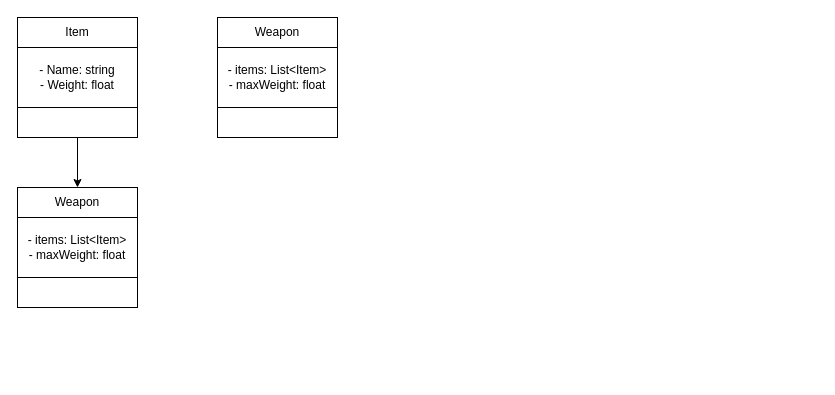
Before: tabell.drawio in te22c-abdulleiid-amira/Projekt-1---Vinterprojektet, a draw.io diagram. Source tidied: cells renumbered, new cells numbered last; positions are measured from the earlier drawing's top-left corner, leaving out a move shared by most shapes. Both pictures are drawn from the tidied source at 100%, with x=0, y=0 at pixel (17, 17).
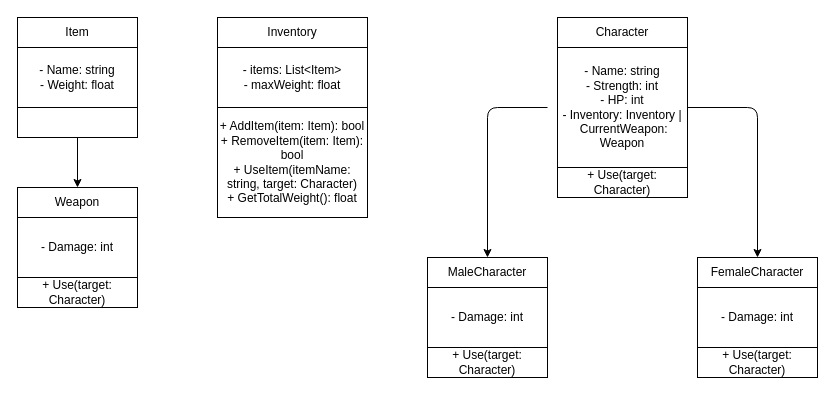
The same page after the edit.

What changed in the source:
```diff
@@
-    <mxCell id="7" style="rounded=0;whiteSpace=wrap;html=1;" parent="1" vertex="1">
+    <mxCell id="7" value="+ Use(target: &lt;span class=&quot;hljs-type&quot;&gt;Character&lt;/span&gt;)" style="rounded=0;whiteSpace=wrap;html=1;" parent="1" vertex="1">
       <mxGeometry y="260" width="120" height="30" as="geometry" />
     </mxCell>
-    <mxCell id="8" value="- items: List&amp;lt;Item&amp;gt; &lt;br&gt;- maxWeight: &lt;span class=&quot;hljs-type&quot;&gt;float&lt;/span&gt;" style="rounded=0;whiteSpace=wrap;html=1;" parent="1" vertex="1">
+    <mxCell id="8" value="- Damage: &lt;span class=&quot;hljs-type&quot;&gt;int&lt;/span&gt;" style="rounded=0;whiteSpace=wrap;html=1;" parent="1" vertex="1">
       <mxGeometry y="200" width="120" height="60" as="geometry" />
     </mxCell>
-    <mxCell id="9" value="Weapon" style="rounded=0;whiteSpace=wrap;html=1;" parent="1" vertex="1">
-      <mxGeometry x="200" width="120" height="30" as="geometry" />
+    <mxCell id="9" value="Inventory" style="rounded=0;whiteSpace=wrap;html=1;" parent="1" vertex="1">
+      <mxGeometry x="200" width="150" height="30" as="geometry" />
     </mxCell>
-    <mxCell id="10" style="rounded=0;whiteSpace=wrap;html=1;" parent="1" vertex="1">
-      <mxGeometry x="200" y="90" width="120" height="30" as="geometry" />
+    <mxCell id="10" value="+ AddItem(item: Item): &lt;span class=&quot;hljs-type&quot;&gt;bool&lt;br&gt;&lt;/span&gt;+ RemoveItem(item: Item): &lt;span class=&quot;hljs-type&quot;&gt;bool&lt;/span&gt; &lt;br&gt;+ UseItem(itemName: string, target: &lt;span class=&quot;hljs-type&quot;&gt;Character&lt;/span&gt;) &lt;br&gt;+ GetTotalWeight(): &lt;span class=&quot;hljs-type&quot;&gt;float&lt;/span&gt;" style="rounded=0;whiteSpace=wrap;html=1;" parent="1" vertex="1">
+      <mxGeometry x="200" y="90" width="150" height="110" as="geometry" />
     </mxCell>
     <mxCell id="11" value="- items: List&amp;lt;Item&amp;gt; &lt;br&gt;- maxWeight: &lt;span class=&quot;hljs-type&quot;&gt;float&lt;/span&gt;" style="rounded=0;whiteSpace=wrap;html=1;" parent="1" vertex="1">
-      <mxGeometry x="200" y="30" width="120" height="60" as="geometry" />
+      <mxGeometry x="200" y="30" width="150" height="60" as="geometry" />
     </mxCell>
+    <mxCell id="12" value="Character" style="rounded=0;whiteSpace=wrap;html=1;" parent="1" vertex="1">
+      <mxGeometry x="540" width="130" height="30" as="geometry" />
+    </mxCell>
+    <mxCell id="13" value="+ Use(target: &lt;span class=&quot;hljs-type&quot;&gt;Character&lt;/span&gt;)" style="rounded=0;whiteSpace=wrap;html=1;" parent="1" vertex="1">
+      <mxGeometry x="540" y="150" width="130" height="30" as="geometry" />
+    </mxCell>
+    <mxCell id="14" style="edgeStyle=none;html=1;entryX=0.5;entryY=0;entryDx=0;entryDy=0;" parent="1" edge="1" target="17">
+      <mxGeometry relative="1" as="geometry">
+        <mxPoint x="530" y="90" as="sourcePoint" />
+        <Array as="points">
+          <mxPoint x="470" y="90" />
+        </Array>
+      </mxGeometry>
+    </mxCell>
+    <mxCell id="15" style="edgeStyle=none;html=1;entryX=0.5;entryY=0;entryDx=0;entryDy=0;" parent="1" edge="1" source="16" target="20">
+      <mxGeometry relative="1" as="geometry">
+        <Array as="points">
+          <mxPoint x="740" y="90" />
+        </Array>
+      </mxGeometry>
+    </mxCell>
+    <mxCell id="16" value="- &lt;span class=&quot;hljs-type&quot;&gt;Name&lt;/span&gt;: string&lt;br&gt;- Strength: &lt;span class=&quot;hljs-type&quot;&gt;int&lt;/span&gt; &lt;br&gt;- HP: &lt;span class=&quot;hljs-type&quot;&gt;int&lt;/span&gt; &lt;br&gt;- Inventory: Inventory |&amp;nbsp;CurrentWeapon: Weapon" style="rounded=0;whiteSpace=wrap;html=1;" parent="1" vertex="1">
+      <mxGeometry x="540" y="30" width="130" height="120" as="geometry" />
+    </mxCell>
+    <mxCell id="17" value="MaleCharacter" style="rounded=0;whiteSpace=wrap;html=1;" parent="1" vertex="1">
+      <mxGeometry x="410" y="240" width="120" height="30" as="geometry" />
+    </mxCell>
+    <mxCell id="18" value="+ Use(target: &lt;span class=&quot;hljs-type&quot;&gt;Character&lt;/span&gt;)" style="rounded=0;whiteSpace=wrap;html=1;" parent="1" vertex="1">
+      <mxGeometry x="410" y="330" width="120" height="30" as="geometry" />
+    </mxCell>
+    <mxCell id="19" value="- Damage: &lt;span class=&quot;hljs-type&quot;&gt;int&lt;/span&gt;" style="rounded=0;whiteSpace=wrap;html=1;" parent="1" vertex="1">
+      <mxGeometry x="410" y="270" width="120" height="60" as="geometry" />
+    </mxCell>
+    <mxCell id="20" value="FemaleCharacter" style="rounded=0;whiteSpace=wrap;html=1;" parent="1" vertex="1">
+      <mxGeometry x="680" y="240" width="120" height="30" as="geometry" />
+    </mxCell>
+    <mxCell id="21" value="+ Use(target: &lt;span class=&quot;hljs-type&quot;&gt;Character&lt;/span&gt;)" style="rounded=0;whiteSpace=wrap;html=1;" parent="1" vertex="1">
+      <mxGeometry x="680" y="330" width="120" height="30" as="geometry" />
+    </mxCell>
+    <mxCell id="22" value="- Damage: &lt;span class=&quot;hljs-type&quot;&gt;int&lt;/span&gt;" style="rounded=0;whiteSpace=wrap;html=1;" parent="1" vertex="1">
+      <mxGeometry x="680" y="270" width="120" height="60" as="geometry" />
+    </mxCell>
```
